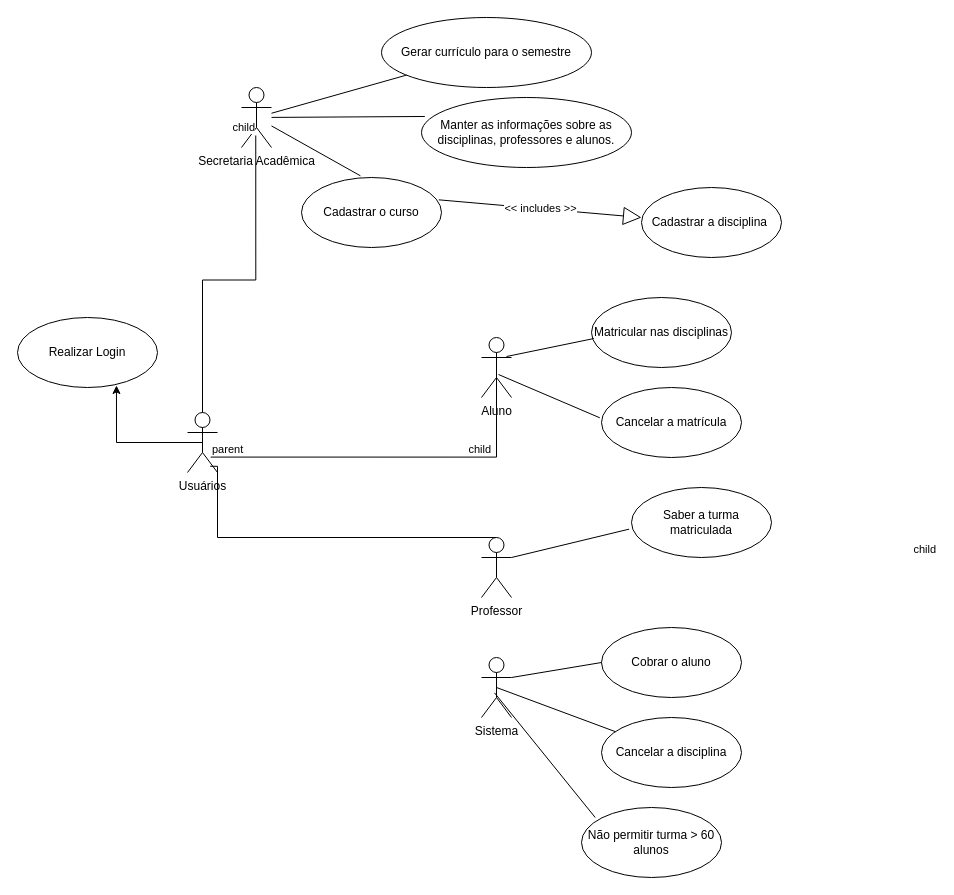
The draw.io diagram page "Página-1" (1 of 7) of Projeto/DCU.drawio in FelipeVieir4/LDS-LAB01, before the edit. Source tidied: cells renumbered, new cells numbered last; positions are measured from the earlier drawing's top-left corner, leaving out a move shared by most shapes. Both pictures are drawn from the tidied source at 100%, with x=0, y=0 at pixel (17, 17).
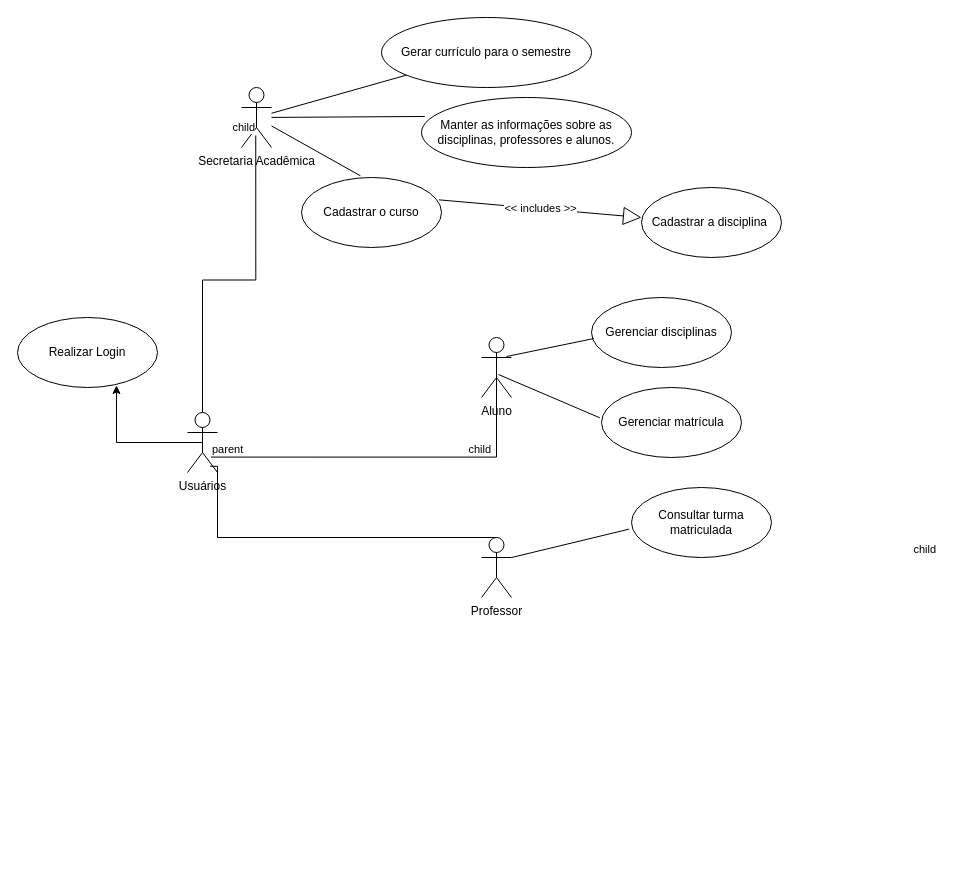
The same diagram, later.

Change to the diagram source:
```diff
@@
-    <mxCell id="9" value="Matricular nas disciplinas" style="ellipse;whiteSpace=wrap;html=1;" parent="1" vertex="1">
+    <mxCell id="9" value="Gerenciar disciplinas" style="ellipse;whiteSpace=wrap;html=1;" parent="1" vertex="1">
       <mxGeometry x="574" y="280" width="140" height="70" as="geometry" />
     </mxCell>
-    <mxCell id="10" value="Cancelar a matrícula" style="ellipse;whiteSpace=wrap;html=1;" parent="1" vertex="1">
+    <mxCell id="10" value="Gerenciar matrícula" style="ellipse;whiteSpace=wrap;html=1;" parent="1" vertex="1">
       <mxGeometry x="584" y="370" width="140" height="70" as="geometry" />
     </mxCell>
@@
-    <mxCell id="17" value="Saber a turma matriculada" style="ellipse;whiteSpace=wrap;html=1;" parent="1" vertex="1">
+    <mxCell id="17" value="Consultar turma matriculada" style="ellipse;whiteSpace=wrap;html=1;" parent="1" vertex="1">
       <mxGeometry x="614" y="470" width="140" height="70" as="geometry" />
     </mxCell>
@@
-    <mxCell id="19" value="Sistema" style="shape=umlActor;verticalLabelPosition=bottom;verticalAlign=top;html=1;" parent="1" vertex="1">
-      <mxGeometry x="464" y="640" width="30" height="60" as="geometry" />
-    </mxCell>
-    <mxCell id="20" value="Cobrar o aluno" style="ellipse;whiteSpace=wrap;html=1;" parent="1" vertex="1">
-      <mxGeometry x="584" y="610" width="140" height="70" as="geometry" />
-    </mxCell>
-    <mxCell id="21" value="Cancelar a disciplina" style="ellipse;whiteSpace=wrap;html=1;" parent="1" vertex="1">
-      <mxGeometry x="584" y="700" width="140" height="70" as="geometry" />
-    </mxCell>
-    <mxCell id="22" value="Não permitir turma &amp;gt; 60 alunos" style="ellipse;whiteSpace=wrap;html=1;" parent="1" vertex="1">
-      <mxGeometry x="564" y="790" width="140" height="70" as="geometry" />
-    </mxCell>
-    <mxCell id="23" style="endArrow=none;html=1;rounded=0;entryX=0;entryY=0.5;entryDx=0;entryDy=0;exitX=1;exitY=0.3333333333333333;exitDx=0;exitDy=0;exitPerimeter=0;" parent="1" edge="1" source="19" target="20">
-      <mxGeometry relative="1" as="geometry" />
-    </mxCell>
-    <mxCell id="24" style="endArrow=none;html=1;rounded=0;exitX=0.5;exitY=0.5;exitDx=0;exitDy=0;exitPerimeter=0;" parent="1" edge="1" source="19" target="21">
-      <mxGeometry relative="1" as="geometry" />
-    </mxCell>
-    <mxCell id="25" style="endArrow=none;html=1;rounded=0;entryX=0.098;entryY=0.143;entryDx=0;entryDy=0;entryPerimeter=0;exitX=0.433;exitY=0.589;exitDx=0;exitDy=0;exitPerimeter=0;" parent="1" edge="1" source="19" target="22">
-      <mxGeometry relative="1" as="geometry" />
-    </mxCell>
```
